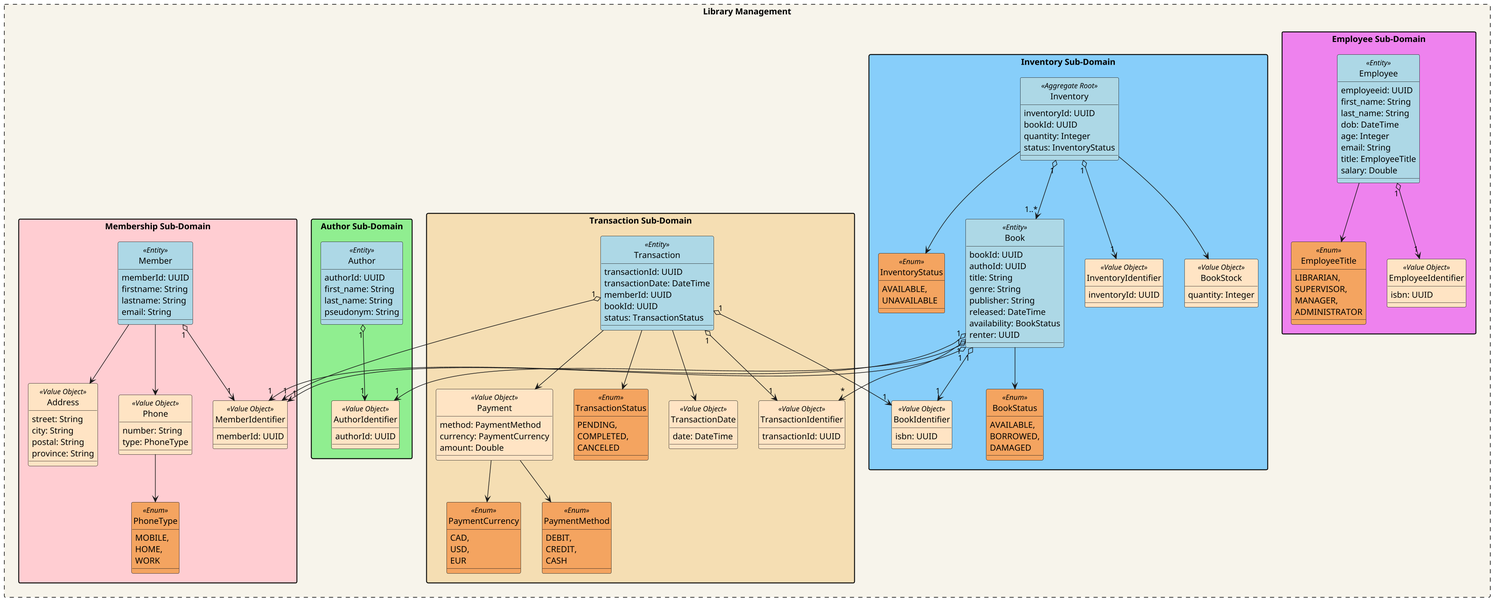
The PlantUML diagram Domain.png in ClaytonTKC/LibraryManagement, before a commit.
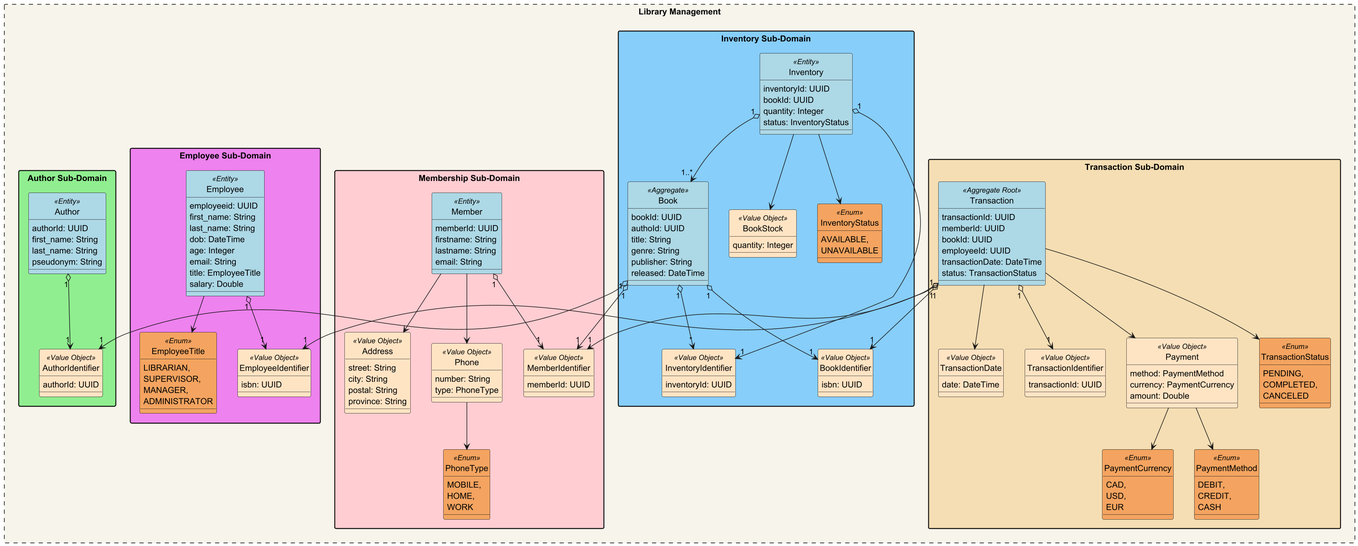
Above is the later version.

The edit, as a diff of the source:
```diff
@@ -71,11 +71,12 @@
     }
 
     package "Transaction Sub-Domain" #Wheat {
-        ENTITY(Transaction) #lightblue {
+        AGGREGATE_ROOT(Transaction) #lightblue {
             transactionId: UUID
-            transactionDate: DateTime
             memberId: UUID
             bookId: UUID
+            employeeId: UUID
+            transactionDate: DateTime
             status: TransactionStatus
         }
 
@@ -121,7 +122,7 @@
     }
 
     package "Inventory Sub-Domain" #LightSkyBlue {
-        AGGREGATE_ROOT(Inventory) #lightblue {
+        ENTITY(Inventory) #lightblue {
             inventoryId: UUID
             bookId: UUID
             quantity: Integer
@@ -141,29 +142,20 @@
             UNAVAILABLE
         }
 
-        ENTITY(Book) #lightblue {
+        AGGREGATE(Book) #lightblue {
             bookId: UUID
             authoId: UUID
             title: String
             genre: String
             publisher: String
             released: DateTime
-            availability: BookStatus
-            renter: UUID
         }
 
         VALUE_OBJECT(BookIdentifier) #Bisque {
             isbn: UUID
         }
 
-        ENUM(BookStatus) #SandyBrown {
-            AVAILABLE,
-            BORROWED,
-            DAMAGED
-        }
-
         Book "1" o--> "1" BookIdentifier
-        Book --> BookStatus
         Book "1" o--> "1" MemberIdentifier
 
         Inventory "1" o--> "1" InventoryIdentifier
@@ -200,9 +192,9 @@
     }
 
     Book "1" o--> "1" AuthorIdentifier
-    Book "1" o--> "*" TransactionIdentifier
-    Book "1" o--> "1" MemberIdentifier
+    Book "1" o--> "*" InventoryIdentifier
 
+    Transaction "1" o--> "1" EmployeeIdentifier
     Transaction "1" o--> "1" BookIdentifier
     Transaction "1" o--> "1" MemberIdentifier
 }
```
